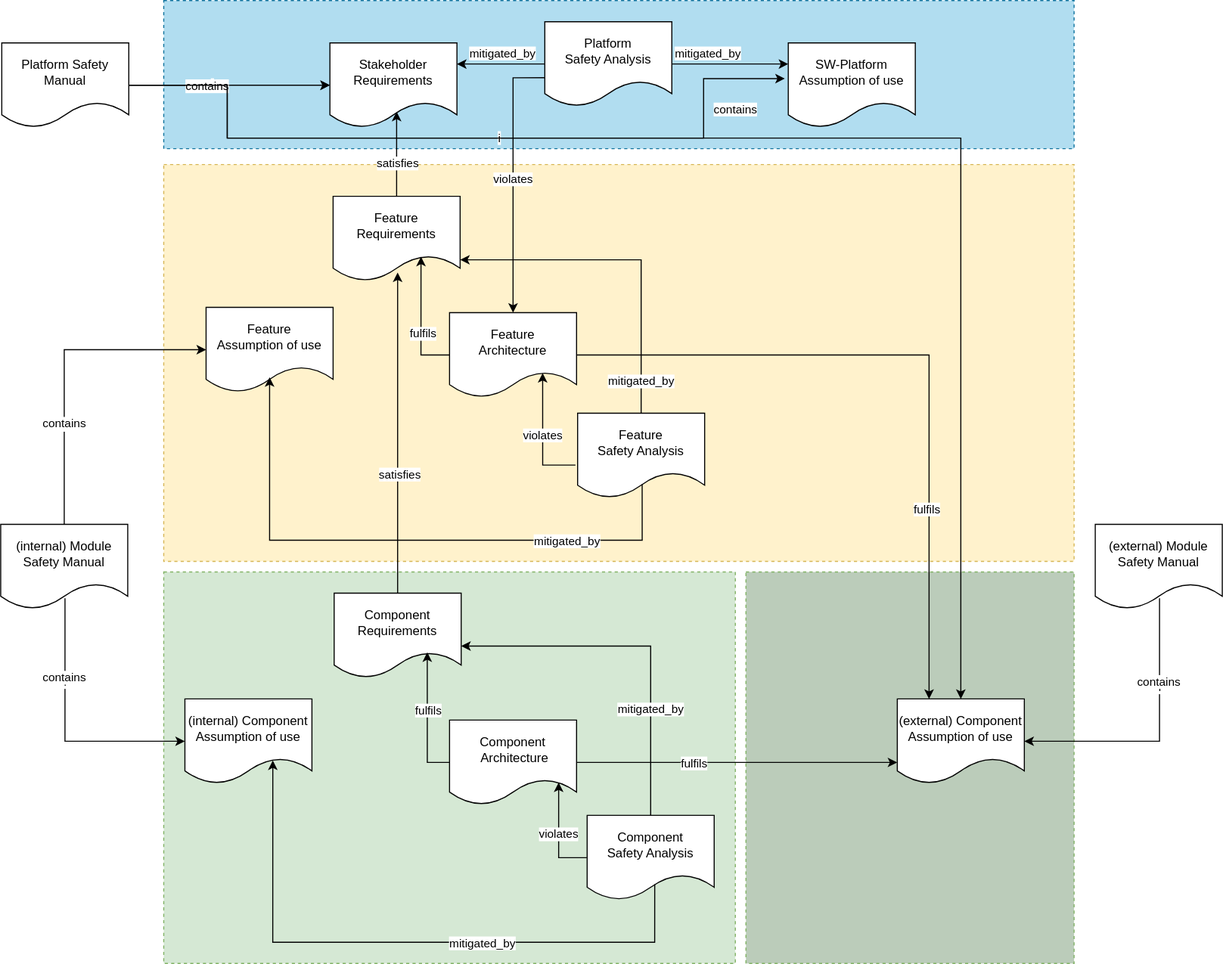
eclipse-score/process_description keeps this draw.io diagram as pr-621/_images/aou_traceability.drawio.svg. Above is the earlier version. Source tidied: cells renumbered, new cells last; positions are measured from the earlier drawing's top-left corner, leaving out a move shared by most shapes.
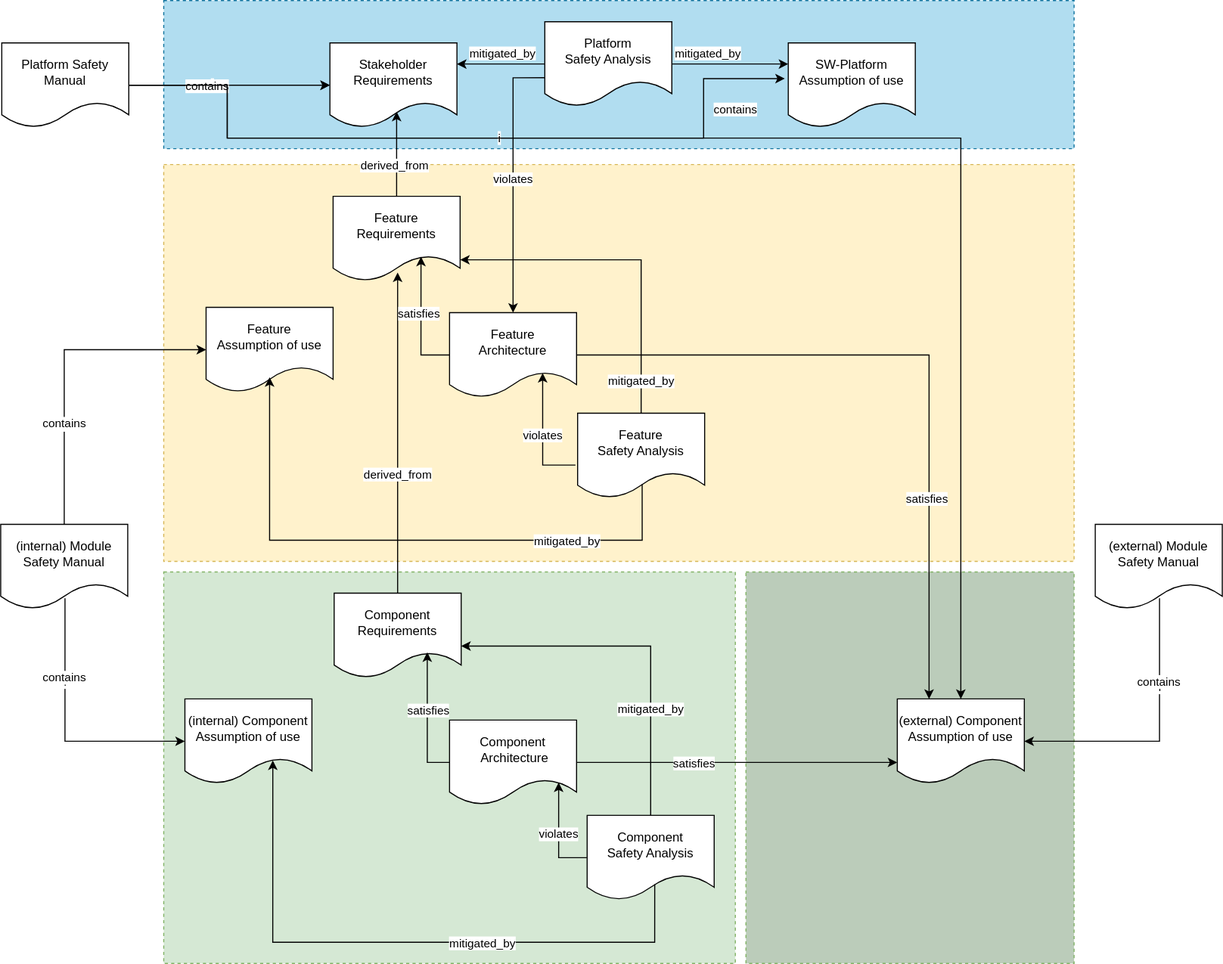
Later version of the same file.

The edit, as a diff of the source:
```diff
@@ -32,8 +32,10 @@
     <mxCell id="9" style="edgeStyle=orthogonalEdgeStyle;rounded=0;jettySize=auto;html=1;entryX=0.525;entryY=0.813;entryDx=0;entryDy=0;entryPerimeter=0;" parent="1" edge="1" source="11" target="8">
       <mxGeometry relative="1" as="geometry" />
     </mxCell>
-    <mxCell id="10" value="satisfies" style="edgeLabel;html=1;align=center;verticalAlign=middle;" parent="9" vertex="1">
-      <mxGeometry x="-0.19" relative="1" as="geometry" />
+    <mxCell id="10" value="derived_from" style="edgeLabel;html=1;align=center;verticalAlign=middle;" parent="9" vertex="1">
+      <mxGeometry x="-0.19" relative="1" as="geometry">
+        <mxPoint x="-3" y="2" as="offset" />
+      </mxGeometry>
     </mxCell>
     <mxCell id="11" value="Feature Requirements" style="shape=document;whiteSpace=wrap;html=1;boundedLbl=1;" parent="1" vertex="1">
       <mxGeometry x="314" y="185" width="120" height="80" as="geometry" />
@@ -41,8 +43,10 @@
     <mxCell id="12" style="edgeStyle=orthogonalEdgeStyle;rounded=0;jettySize=auto;html=1;entryX=0.508;entryY=0.9;entryDx=0;entryDy=0;entryPerimeter=0;" parent="1" edge="1" source="15" target="11">
       <mxGeometry relative="1" as="geometry" />
     </mxCell>
-    <mxCell id="13" value="satisfies" style="edgeLabel;html=1;align=center;verticalAlign=middle;" parent="12" vertex="1">
-      <mxGeometry x="-0.25" y="-2" relative="1" as="geometry" />
+    <mxCell id="13" value="derived_from" style="edgeLabel;html=1;align=center;verticalAlign=middle;" parent="12" vertex="1">
+      <mxGeometry x="-0.25" y="-2" relative="1" as="geometry">
+        <mxPoint x="-2" as="offset" />
+      </mxGeometry>
     </mxCell>
     <mxCell id="14" value="mitigated_by" style="edgeStyle=orthogonalEdgeStyle;rounded=0;jettySize=auto;html=1;entryX=0.5;entryY=0;entryDx=0;entryDy=0;exitX=1;exitY=0.625;exitDx=0;exitDy=0;exitPerimeter=0;startArrow=classic;startFill=1;endArrow=none;endFill=0;" parent="1" edge="1" source="15" target="23">
       <mxGeometry x="0.41" relative="1" as="geometry">
@@ -57,7 +61,7 @@
     <mxCell id="16" style="edgeStyle=orthogonalEdgeStyle;rounded=0;jettySize=auto;html=1;entryX=0.733;entryY=0.7;entryDx=0;entryDy=0;entryPerimeter=0;exitX=0;exitY=0.5;exitDx=0;exitDy=0;" parent="1" edge="1" source="18" target="15">
       <mxGeometry relative="1" as="geometry" />
     </mxCell>
-    <mxCell id="17" value="fulfils" style="edgeLabel;html=1;align=center;verticalAlign=middle;" parent="16" vertex="1">
+    <mxCell id="17" value="satisfies" style="edgeLabel;html=1;align=center;verticalAlign=middle;" parent="16" vertex="1">
       <mxGeometry x="-0.05" relative="1" as="geometry">
         <mxPoint x="1" y="-12" as="offset" />
       </mxGeometry>
@@ -68,8 +72,10 @@
     <mxCell id="19" style="edgeStyle=orthogonalEdgeStyle;rounded=0;jettySize=auto;html=1;entryX=0.692;entryY=0.713;entryDx=0;entryDy=0;entryPerimeter=0;exitX=0;exitY=0.5;exitDx=0;exitDy=0;" parent="1" edge="1" source="26" target="11">
       <mxGeometry relative="1" as="geometry" />
     </mxCell>
-    <mxCell id="20" value="fulfils" style="edgeLabel;html=1;align=center;verticalAlign=middle;" parent="19" vertex="1">
-      <mxGeometry x="-0.21" y="-1" relative="1" as="geometry" />
+    <mxCell id="20" value="satisfies" style="edgeLabel;html=1;align=center;verticalAlign=middle;" parent="19" vertex="1">
+      <mxGeometry x="-0.21" y="-1" relative="1" as="geometry">
+        <mxPoint x="-4" y="-19" as="offset" />
+      </mxGeometry>
     </mxCell>
     <mxCell id="21" value="(internal) Module Safety Manual" style="shape=document;whiteSpace=wrap;html=1;boundedLbl=1;" parent="1" vertex="1">
       <mxGeometry y="495" width="120" height="80" as="geometry" />
@@ -183,7 +189,7 @@
         </Array>
       </mxGeometry>
     </mxCell>
-    <mxCell id="46" value="fulfils" style="edgeLabel;html=1;align=center;verticalAlign=middle;" parent="45" vertex="1">
+    <mxCell id="46" value="satisfies" style="edgeLabel;html=1;align=center;verticalAlign=middle;" parent="45" vertex="1">
       <mxGeometry x="-0.05" relative="1" as="geometry">
         <mxPoint x="-34" as="offset" />
       </mxGeometry>
@@ -191,9 +197,9 @@
     <mxCell id="47" style="edgeStyle=orthogonalEdgeStyle;rounded=0;jettySize=auto;html=1;entryX=0.25;entryY=0;entryDx=0;entryDy=0;exitX=1;exitY=0.5;exitDx=0;exitDy=0;" parent="1" edge="1" source="26" target="43">
       <mxGeometry relative="1" as="geometry" />
     </mxCell>
-    <mxCell id="48" value="fulfils" style="edgeLabel;html=1;align=center;verticalAlign=middle;" parent="47" vertex="1">
+    <mxCell id="48" value="satisfies" style="edgeLabel;html=1;align=center;verticalAlign=middle;" parent="47" vertex="1">
       <mxGeometry x="-0.05" relative="1" as="geometry">
-        <mxPoint x="18" y="145" as="offset" />
+        <mxPoint x="18" y="135" as="offset" />
       </mxGeometry>
     </mxCell>
     <mxCell id="49" value="i" style="edgeStyle=orthogonalEdgeStyle;rounded=0;jettySize=auto;html=1;endArrow=none;endFill=0;startArrow=classic;startFill=1;exitX=0.5;exitY=0;exitDx=0;exitDy=0;entryX=1;entryY=0.5;entryDx=0;entryDy=0;" parent="1" edge="1" source="43" target="33">
```
